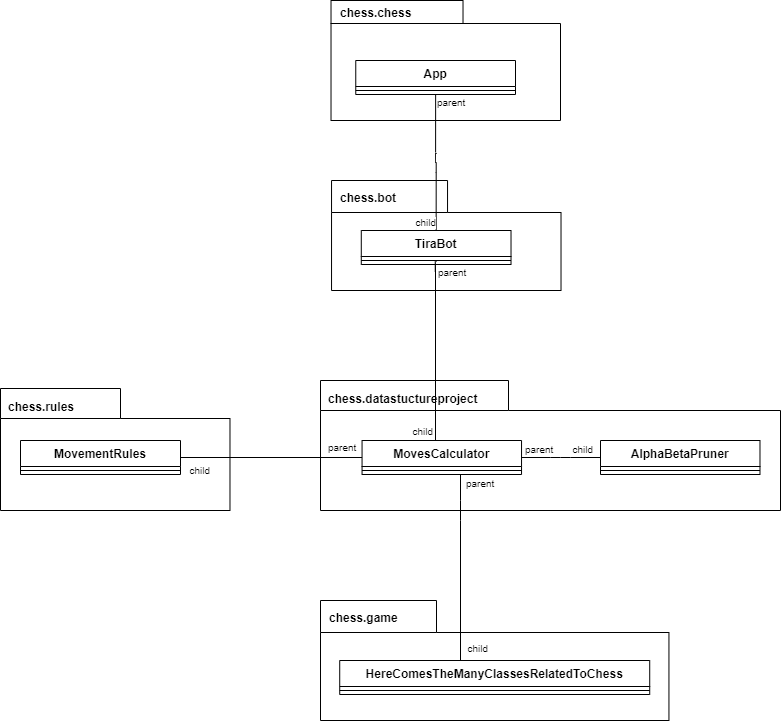
The draw.io diagram documentation/images/chess-ai-package.png in Tseipii89/ShakkiTekoaly-TIRALAB-Alkukesa2020, before a commit. Source tidied: cells renumbered, new cells last; positions are measured from the earlier drawing's top-left corner, leaving out a move shared by most shapes.
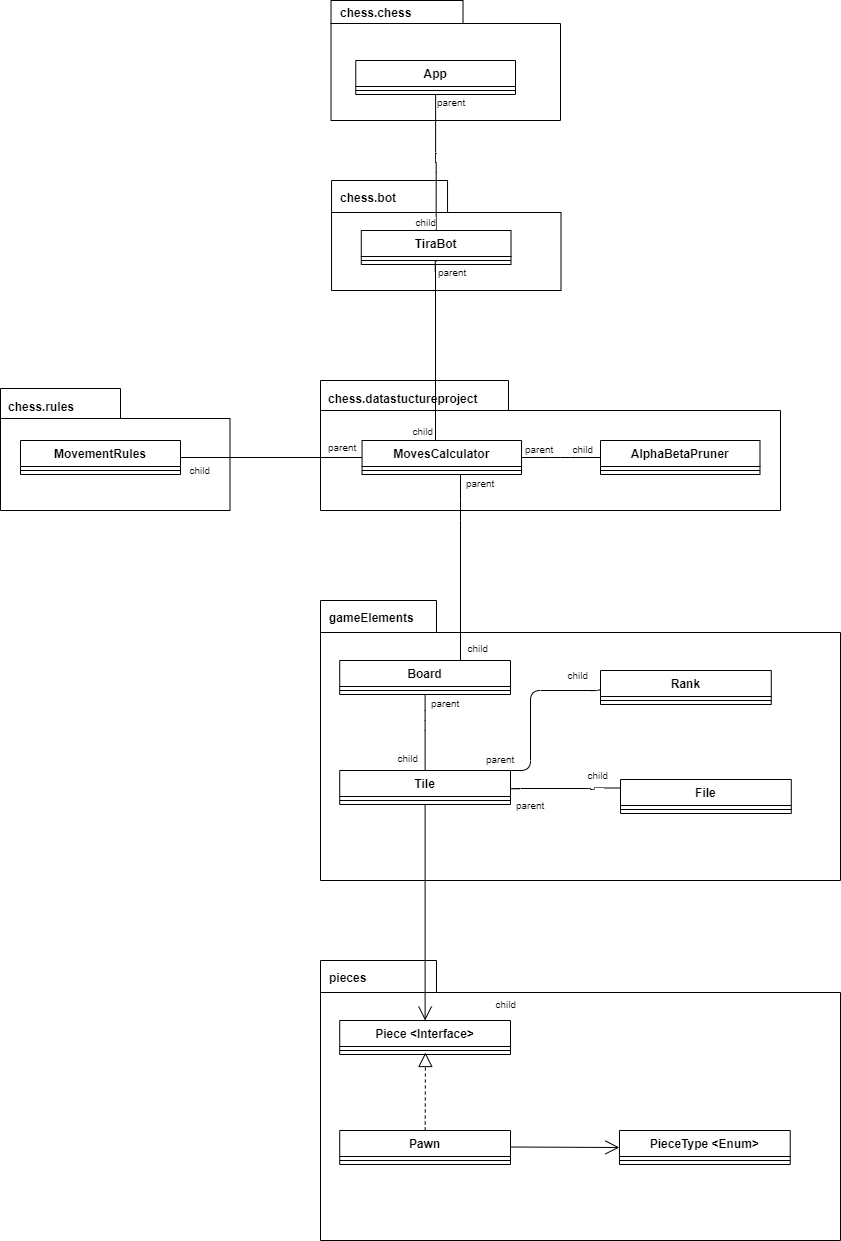
Above is the later version.

Change to the diagram source:
```diff
@@ -105,8 +105,8 @@
     <mxCell id="27" style="line;strokeWidth=1;fillColor=none;align=left;verticalAlign=middle;spacingTop=-1;spacingLeft=3;spacingRight=3;labelPosition=right;" parent="26" vertex="1">
       <mxGeometry y="26" width="160" height="8" as="geometry" />
     </mxCell>
-    <mxCell id="28" value="chess.game" style="shape=folder;fontStyle=1;spacingTop=4;tabWidth=116;tabHeight=32;tabPosition=left;html=1;align=left;verticalAlign=top;spacingLeft=7;" parent="1" vertex="1">
-      <mxGeometry x="320" y="600" width="348.4" height="120" as="geometry" />
+    <mxCell id="28" value="gameElements" style="shape=folder;fontStyle=1;spacingTop=4;tabWidth=116;tabHeight=32;tabPosition=left;html=1;align=left;verticalAlign=top;spacingLeft=7;" parent="1" vertex="1">
+      <mxGeometry x="320" y="600" width="520" height="280" as="geometry" />
     </mxCell>
     <mxCell id="29" style="endArrow=none;html=1;edgeStyle=orthogonalEdgeStyle;" parent="1" edge="1" target="32">
       <mxGeometry relative="1" as="geometry">
@@ -127,11 +127,122 @@
         <mxPoint x="28" y="-4" as="offset" />
       </mxGeometry>
     </mxCell>
-    <mxCell id="32" value="HereComesTheManyClassesRelatedToChess" style="swimlane;fontStyle=1;align=center;verticalAlign=top;horizontal=1;startSize=26;strokeWidth=1;" parent="1" vertex="1">
-      <mxGeometry x="339.2" y="660" width="310" height="34" as="geometry" />
+    <mxCell id="32" value="Board" style="swimlane;fontStyle=1;align=center;verticalAlign=top;horizontal=1;startSize=26;strokeWidth=1;" parent="1" vertex="1">
+      <mxGeometry x="339.2" y="660" width="170.8" height="34" as="geometry" />
     </mxCell>
     <mxCell id="33" style="line;strokeWidth=1;fillColor=none;align=left;verticalAlign=middle;spacingTop=-1;spacingLeft=3;spacingRight=3;labelPosition=right;" parent="32" vertex="1">
-      <mxGeometry y="26" width="310" height="8" as="geometry" />
+      <mxGeometry y="26" width="170.8" height="8" as="geometry" />
     </mxCell>
+    <mxCell id="34" style="endArrow=none;html=1;edgeStyle=orthogonalEdgeStyle;exitX=0.5;exitY=1;exitDx=0;exitDy=0;entryX=0.5;entryY=0;entryDx=0;entryDy=0;" parent="1" edge="1" source="32" target="35">
+      <mxGeometry relative="1" as="geometry">
+        <Array as="points">
+          <mxPoint x="425" y="720" />
+          <mxPoint x="425" y="720" />
+        </Array>
+      </mxGeometry>
+    </mxCell>
+    <mxCell id="35" value="Tile" style="swimlane;fontStyle=1;align=center;verticalAlign=top;horizontal=1;startSize=26;strokeWidth=1;" parent="1" vertex="1">
+      <mxGeometry x="339.2" y="770" width="170.8" height="34" as="geometry" />
+    </mxCell>
+    <mxCell id="36" style="line;strokeWidth=1;fillColor=none;align=left;verticalAlign=middle;spacingTop=-1;spacingLeft=3;spacingRight=3;labelPosition=right;" parent="35" vertex="1">
+      <mxGeometry y="26" width="170.8" height="8" as="geometry" />
+    </mxCell>
+    <mxCell id="37" value="Rank" style="swimlane;fontStyle=1;align=center;verticalAlign=top;horizontal=1;startSize=26;strokeWidth=1;" parent="1" vertex="1">
+      <mxGeometry x="600" y="670" width="170.8" height="34" as="geometry" />
+    </mxCell>
+    <mxCell id="38" style="line;strokeWidth=1;fillColor=none;align=left;verticalAlign=middle;spacingTop=-1;spacingLeft=3;spacingRight=3;labelPosition=right;" parent="37" vertex="1">
+      <mxGeometry y="26" width="170.8" height="8" as="geometry" />
+    </mxCell>
+    <mxCell id="39" style="endArrow=none;html=1;edgeStyle=orthogonalEdgeStyle;exitX=1;exitY=0.5;exitDx=0;exitDy=0;entryX=0;entryY=0.25;entryDx=0;entryDy=0;" parent="1" edge="1" source="35" target="40">
+      <mxGeometry relative="1" as="geometry">
+        <Array as="points">
+          <mxPoint x="510" y="788" />
+          <mxPoint x="590" y="788" />
+          <mxPoint x="590" y="789" />
+          <mxPoint x="594" y="789" />
+          <mxPoint x="594" y="788" />
+        </Array>
+      </mxGeometry>
+    </mxCell>
+    <mxCell id="40" value="File" style="swimlane;fontStyle=1;align=center;verticalAlign=top;horizontal=1;startSize=26;strokeWidth=1;" parent="1" vertex="1">
+      <mxGeometry x="620" y="779" width="170.8" height="34" as="geometry" />
+    </mxCell>
+    <mxCell id="41" style="line;strokeWidth=1;fillColor=none;align=left;verticalAlign=middle;spacingTop=-1;spacingLeft=3;spacingRight=3;labelPosition=right;" parent="40" vertex="1">
+      <mxGeometry y="26" width="170.8" height="8" as="geometry" />
+    </mxCell>
+    <mxCell id="42" style="endArrow=none;html=1;edgeStyle=orthogonalEdgeStyle;exitX=1;exitY=0;exitDx=0;exitDy=0;entryX=0;entryY=0.5;entryDx=0;entryDy=0;" parent="1" edge="1" source="35" target="37">
+      <mxGeometry relative="1" as="geometry">
+        <Array as="points">
+          <mxPoint x="530" y="770" />
+          <mxPoint x="530" y="690" />
+          <mxPoint x="600" y="690" />
+        </Array>
+      </mxGeometry>
+    </mxCell>
+    <mxCell id="43" value="parent" style="html=1;align=left;verticalAlign=bottom;labelBackgroundColor=#ffffff;fontSize=10;" parent="1" vertex="1">
+      <mxGeometry x="424.6" y="694" as="geometry">
+        <mxPoint x="4" y="17" as="offset" />
+      </mxGeometry>
+    </mxCell>
+    <mxCell id="44" value="child" style="html=1;align=right;verticalAlign=bottom;labelBackgroundColor=#ffffff;fontSize=10;direction=south;" parent="1" vertex="1">
+      <mxGeometry x="390" y="770" as="geometry">
+        <mxPoint x="28" y="-4" as="offset" />
+      </mxGeometry>
+    </mxCell>
+    <mxCell id="45" value="parent" style="html=1;align=left;verticalAlign=bottom;labelBackgroundColor=#ffffff;fontSize=10;" parent="1" vertex="1">
+      <mxGeometry x="480" y="750" as="geometry">
+        <mxPoint x="4" y="17" as="offset" />
+      </mxGeometry>
+    </mxCell>
+    <mxCell id="46" value="parent" style="html=1;align=left;verticalAlign=bottom;labelBackgroundColor=#ffffff;fontSize=10;" parent="1" vertex="1">
+      <mxGeometry x="510" y="796" as="geometry">
+        <mxPoint x="4" y="17" as="offset" />
+      </mxGeometry>
+    </mxCell>
+    <mxCell id="47" value="child" style="html=1;align=right;verticalAlign=bottom;labelBackgroundColor=#ffffff;fontSize=10;direction=south;" parent="1" vertex="1">
+      <mxGeometry x="560" y="687" as="geometry">
+        <mxPoint x="28" y="-4" as="offset" />
+      </mxGeometry>
+    </mxCell>
+    <mxCell id="48" value="child" style="html=1;align=right;verticalAlign=bottom;labelBackgroundColor=#ffffff;fontSize=10;direction=south;" parent="1" vertex="1">
+      <mxGeometry x="580" y="787" as="geometry">
+        <mxPoint x="28" y="-4" as="offset" />
+      </mxGeometry>
+    </mxCell>
+    <mxCell id="49" value="pieces" style="shape=folder;fontStyle=1;spacingTop=4;tabWidth=116;tabHeight=32;tabPosition=left;html=1;align=left;verticalAlign=top;spacingLeft=7;" parent="1" vertex="1">
+      <mxGeometry x="320" y="960" width="520" height="280" as="geometry" />
+    </mxCell>
+    <mxCell id="50" value="child" style="html=1;align=right;verticalAlign=bottom;labelBackgroundColor=#ffffff;fontSize=10;" parent="1" vertex="1">
+      <mxGeometry x="488" y="1016" as="geometry">
+        <mxPoint x="28" y="-4" as="offset" />
+      </mxGeometry>
+    </mxCell>
+    <mxCell id="51" style="endArrow=block;dashed=1;endFill=0;endSize=12;html=1;entryX=0.502;entryY=0.75;entryDx=0;entryDy=0;entryPerimeter=0;" parent="1" edge="1" source="55" target="54">
+      <mxGeometry relative="1" as="geometry" />
+    </mxCell>
+    <mxCell id="52" style="endArrow=open;endFill=1;endSize=12;html=1;exitX=0.994;exitY=0.485;exitDx=0;exitDy=0;exitPerimeter=0;entryX=0;entryY=0.5;entryDx=0;entryDy=0;" parent="1" edge="1" source="55" target="57">
+      <mxGeometry relative="1" as="geometry" />
+    </mxCell>
+    <mxCell id="53" value="Piece &lt;Interface&gt;" style="swimlane;fontStyle=1;align=center;verticalAlign=top;horizontal=1;startSize=26;strokeWidth=1;" parent="1" vertex="1">
+      <mxGeometry x="339.2" y="1020" width="170.8" height="34" as="geometry" />
+    </mxCell>
+    <mxCell id="54" style="line;strokeWidth=1;fillColor=none;align=left;verticalAlign=middle;spacingTop=-1;spacingLeft=3;spacingRight=3;labelPosition=right;points=[];portConstraint=eastwest;" parent="53" vertex="1">
+      <mxGeometry y="26" width="170.8" height="8" as="geometry" />
+    </mxCell>
+    <mxCell id="55" value="Pawn" style="swimlane;fontStyle=1;align=center;verticalAlign=top;horizontal=1;startSize=26;strokeWidth=1;" parent="1" vertex="1">
+      <mxGeometry x="339.2" y="1130" width="170.8" height="34" as="geometry" />
+    </mxCell>
+    <mxCell id="56" style="line;strokeWidth=1;fillColor=none;align=left;verticalAlign=middle;spacingTop=-1;spacingLeft=3;spacingRight=3;labelPosition=right;" parent="55" vertex="1">
+      <mxGeometry y="26" width="170.8" height="8" as="geometry" />
+    </mxCell>
+    <mxCell id="57" value="PieceType &lt;Enum&gt;" style="swimlane;fontStyle=1;align=center;verticalAlign=top;horizontal=1;startSize=26;strokeWidth=1;" parent="1" vertex="1">
+      <mxGeometry x="619" y="1130" width="170.8" height="34" as="geometry" />
+    </mxCell>
+    <mxCell id="58" style="line;strokeWidth=1;fillColor=none;align=left;verticalAlign=middle;spacingTop=-1;spacingLeft=3;spacingRight=3;labelPosition=right;" parent="57" vertex="1">
+      <mxGeometry y="26" width="170.8" height="8" as="geometry" />
+    </mxCell>
+    <mxCell id="59" style="endArrow=open;endFill=1;endSize=12;html=1;exitX=0.5;exitY=1;exitDx=0;exitDy=0;entryX=0.5;entryY=0;entryDx=0;entryDy=0;" parent="1" edge="1" source="35" target="53">
+      <mxGeometry relative="1" as="geometry" />
+    </mxCell>
   </root>
 </mxGraphModel>
```
